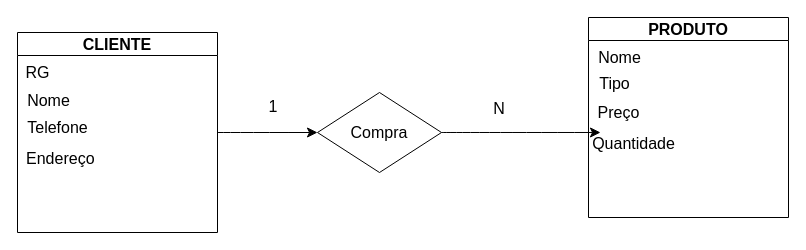
Before: Floricultura.drawio in Larissa022/BancoDeDados, a draw.io diagram. Source tidied: cells renumbered, new cells numbered last; positions are measured from the earlier drawing's top-left corner, leaving out a move shared by most shapes. Both pictures are drawn from the tidied source at 100%, with x=0, y=0 at pixel (17, 17).
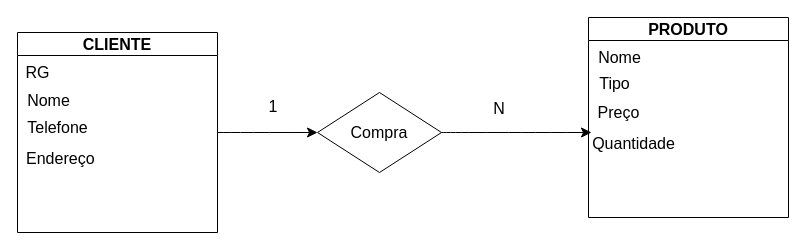
Above is the later version.

Diff of the diagram source:
```diff
@@
 <mxGraphModel>
   <root>
     <mxCell id="0" />
     <mxCell id="1" parent="0" />
     <mxCell id="2" style="edgeStyle=none;curved=1;rounded=0;jettySize=auto;html=1;entryX=0;entryY=0.5;entryDx=0;entryDy=0;fontSize=12;startSize=8;endSize=8;" parent="1" edge="1" source="3" target="14">
       <mxGeometry relative="1" as="geometry" />
     </mxCell>
     <mxCell id="3" value="CLIENTE" style="swimlane;whiteSpace=wrap;html=1;fontSize=16;" parent="1" vertex="1">
       <mxGeometry y="15" width="200" height="200" as="geometry" />
     </mxCell>
     <mxCell id="4" value="RG" style="text;html=1;align=center;verticalAlign=middle;strokeColor=none;fillColor=none;fontSize=16;" parent="3" vertex="1">
       <mxGeometry y="24" width="39" height="31" as="geometry" />
     </mxCell>
     <mxCell id="5" value="Nome" style="text;html=1;align=center;verticalAlign=middle;strokeColor=none;fillColor=none;fontSize=16;" parent="3" vertex="1">
       <mxGeometry y="52" width="61" height="31" as="geometry" />
     </mxCell>
     <mxCell id="6" value="Telefone" style="text;html=1;align=center;verticalAlign=middle;strokeColor=none;fillColor=none;fontSize=16;" parent="3" vertex="1">
       <mxGeometry y="79" width="80" height="31" as="geometry" />
     </mxCell>
     <mxCell id="7" value="Endereço&amp;nbsp;" style="text;html=1;align=center;verticalAlign=middle;strokeColor=none;fillColor=none;fontSize=16;" parent="3" vertex="1">
       <mxGeometry y="110" width="89" height="31" as="geometry" />
     </mxCell>
     <mxCell id="8" value="PRODUTO" style="swimlane;whiteSpace=wrap;html=1;fontSize=16;" parent="1" vertex="1">
       <mxGeometry x="571" width="200" height="200" as="geometry" />
     </mxCell>
     <mxCell id="9" value="Nome" style="text;html=1;align=center;verticalAlign=middle;strokeColor=none;fillColor=none;fontSize=16;" parent="8" vertex="1">
       <mxGeometry x="0.5" y="24" width="61" height="31" as="geometry" />
     </mxCell>
     <mxCell id="10" value="Tipo" style="text;html=1;align=center;verticalAlign=middle;strokeColor=none;fillColor=none;fontSize=16;" parent="8" vertex="1">
       <mxGeometry x="0.5" y="50" width="50" height="31" as="geometry" />
     </mxCell>
     <mxCell id="11" value="Preço" style="text;html=1;align=center;verticalAlign=middle;strokeColor=none;fillColor=none;fontSize=16;" parent="8" vertex="1">
       <mxGeometry y="79" width="59" height="31" as="geometry" />
     </mxCell>
     <mxCell id="12" value="Quantidade" style="text;html=1;align=center;verticalAlign=middle;points=[];strokeColor=none;fillColor=none;fontSize=16;" parent="8" vertex="1">
       <mxGeometry x="-5" y="110" width="100" height="31" as="geometry" />
     </mxCell>
-    <mxCell id="13" style="edgeStyle=none;curved=1;rounded=0;jettySize=auto;html=1;fontSize=12;startSize=8;endSize=8;entryX=0.17;entryY=0.161;entryDx=0;entryDy=0;entryPerimeter=0;" parent="1" edge="1" source="14" target="12">
-      <mxGeometry relative="1" as="geometry" />
+    <mxCell id="13" style="edgeStyle=none;curved=1;rounded=0;jettySize=auto;html=1;fontSize=12;startSize=8;endSize=8;" parent="1" edge="1" source="14">
+      <mxGeometry relative="1" as="geometry">
+        <mxPoint x="574" y="115" as="targetPoint" />
+      </mxGeometry>
     </mxCell>
     <mxCell id="14" value="Compra" style="rhombus;whiteSpace=wrap;html=1;fontSize=16;" parent="1" vertex="1">
       <mxGeometry x="300" y="75" width="124" height="80" as="geometry" />
     </mxCell>
     <mxCell id="15" value="1" style="text;html=1;strokeColor=none;fillColor=none;align=center;verticalAlign=middle;whiteSpace=wrap;rounded=0;fontSize=16;" parent="1" vertex="1">
       <mxGeometry x="226" y="57" width="60" height="64" as="geometry" />
     </mxCell>
     <mxCell id="16" value="N" style="text;html=1;strokeColor=none;fillColor=none;align=center;verticalAlign=middle;whiteSpace=wrap;rounded=0;fontSize=16;" parent="1" vertex="1">
       <mxGeometry x="452" y="57" width="60" height="67" as="geometry" />
     </mxCell>
   </root>
 </mxGraphModel>
```
